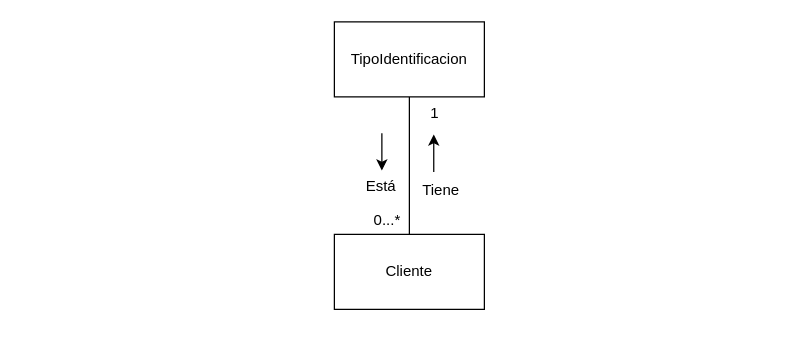
Before: page "Contexto Clientes (Modelo dominio Clientes)" (2 of 2) of Biblioteca_Disenio.drawio in andrescardo98/doo, a draw.io diagram. Source tidied: cells renumbered, new cells numbered last; positions are measured from the earlier drawing's top-left corner, leaving out a move shared by most shapes. Both pictures are drawn from the tidied source at 125%, with x=0, y=0 at pixel (334, 21).
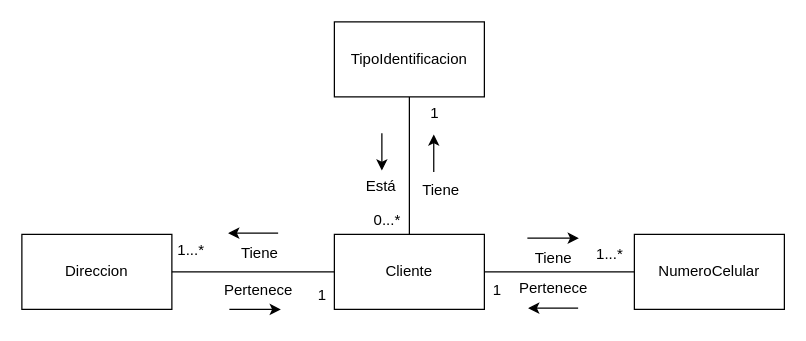
After the change.

The change refers to these unchanged cells:
```xml
<mxCell id="2" value="Cliente" style="rounded=0;whiteSpace=wrap;html=1;" parent="1" vertex="1">
  <mxGeometry y="170" width="120" height="60" as="geometry" />
</mxCell>
```

Change to the diagram source:
```diff
@@
+    <mxCell id="11" value="Direccion" style="rounded=0;whiteSpace=wrap;html=1;" parent="1" vertex="1">
+      <mxGeometry x="-250" y="170" width="120" height="60" as="geometry" />
+    </mxCell>
+    <mxCell id="12" style="endArrow=none;html=1;rounded=0;entryX=1;entryY=0.5;entryDx=0;entryDy=0;exitX=0;exitY=0.5;exitDx=0;exitDy=0;" parent="1" edge="1" source="2" target="11">
+      <mxGeometry relative="1" as="geometry" />
+    </mxCell>
+    <mxCell id="13" value="Tiene" style="text;html=1;align=center;verticalAlign=middle;strokeColor=none;fillColor=none;" parent="1" vertex="1">
+      <mxGeometry x="-85" y="170" width="50" height="30" as="geometry" />
+    </mxCell>
+    <mxCell id="14" style="endArrow=classic;html=1;rounded=0;" parent="1" edge="1">
+      <mxGeometry relative="1" as="geometry">
+        <mxPoint x="-45" y="169" as="sourcePoint" />
+        <mxPoint x="-85" y="169" as="targetPoint" />
+      </mxGeometry>
+    </mxCell>
+    <mxCell id="15" value="1...*" style="text;html=1;align=center;verticalAlign=middle;strokeColor=none;fillColor=none;" parent="1" vertex="1">
+      <mxGeometry x="-135" y="168" width="40" height="30" as="geometry" />
+    </mxCell>
+    <mxCell id="16" value="Pertenece" style="text;html=1;align=center;verticalAlign=middle;strokeColor=none;fillColor=none;" parent="1" vertex="1">
+      <mxGeometry x="-101" y="200" width="80" height="30" as="geometry" />
+    </mxCell>
+    <mxCell id="17" style="endArrow=classic;html=1;rounded=0;entryX=0.99;entryY=1;entryDx=0;entryDy=0;entryPerimeter=0;" parent="1" edge="1">
+      <mxGeometry relative="1" as="geometry">
+        <mxPoint x="-84" y="230" as="sourcePoint" />
+        <mxPoint x="-42.8" y="230" as="targetPoint" />
+      </mxGeometry>
+    </mxCell>
+    <mxCell id="18" value="1" style="text;html=1;align=center;verticalAlign=middle;strokeColor=none;fillColor=none;" parent="1" vertex="1">
+      <mxGeometry x="-25" y="204" width="30" height="30" as="geometry" />
+    </mxCell>
+    <mxCell id="19" value="NumeroCelular" style="rounded=0;whiteSpace=wrap;html=1;" parent="1" vertex="1">
+      <mxGeometry x="240" y="170" width="120" height="60" as="geometry" />
+    </mxCell>
+    <mxCell id="20" style="endArrow=none;html=1;rounded=0;exitX=0;exitY=0.5;exitDx=0;exitDy=0;entryX=1;entryY=0.5;entryDx=0;entryDy=0;" parent="1" edge="1" source="19" target="2">
+      <mxGeometry relative="1" as="geometry" />
+    </mxCell>
+    <mxCell id="21" value="Tiene" style="text;html=1;align=center;verticalAlign=middle;strokeColor=none;fillColor=none;" parent="1" vertex="1">
+      <mxGeometry x="150" y="174" width="50" height="30" as="geometry" />
+    </mxCell>
+    <mxCell id="22" value="1...*" style="text;html=1;align=center;verticalAlign=middle;strokeColor=none;fillColor=none;" parent="1" vertex="1">
+      <mxGeometry x="200" y="171" width="40" height="30" as="geometry" />
+    </mxCell>
+    <mxCell id="23" style="endArrow=classic;html=1;rounded=0;entryX=0.99;entryY=1;entryDx=0;entryDy=0;entryPerimeter=0;" parent="1" edge="1">
+      <mxGeometry relative="1" as="geometry">
+        <mxPoint x="154.4" y="173" as="sourcePoint" />
+        <mxPoint x="195.6" y="173" as="targetPoint" />
+      </mxGeometry>
+    </mxCell>
+    <mxCell id="24" style="endArrow=classic;html=1;rounded=0;" parent="1" edge="1">
+      <mxGeometry relative="1" as="geometry">
+        <mxPoint x="195" y="229" as="sourcePoint" />
+        <mxPoint x="155" y="229" as="targetPoint" />
+      </mxGeometry>
+    </mxCell>
+    <mxCell id="25" value="Pertenece" style="text;html=1;align=center;verticalAlign=middle;strokeColor=none;fillColor=none;" parent="1" vertex="1">
+      <mxGeometry x="135" y="198" width="80" height="30" as="geometry" />
+    </mxCell>
+    <mxCell id="26" value="1" style="text;html=1;align=center;verticalAlign=middle;strokeColor=none;fillColor=none;" parent="1" vertex="1">
+      <mxGeometry x="115" y="200" width="30" height="30" as="geometry" />
+    </mxCell>
```
